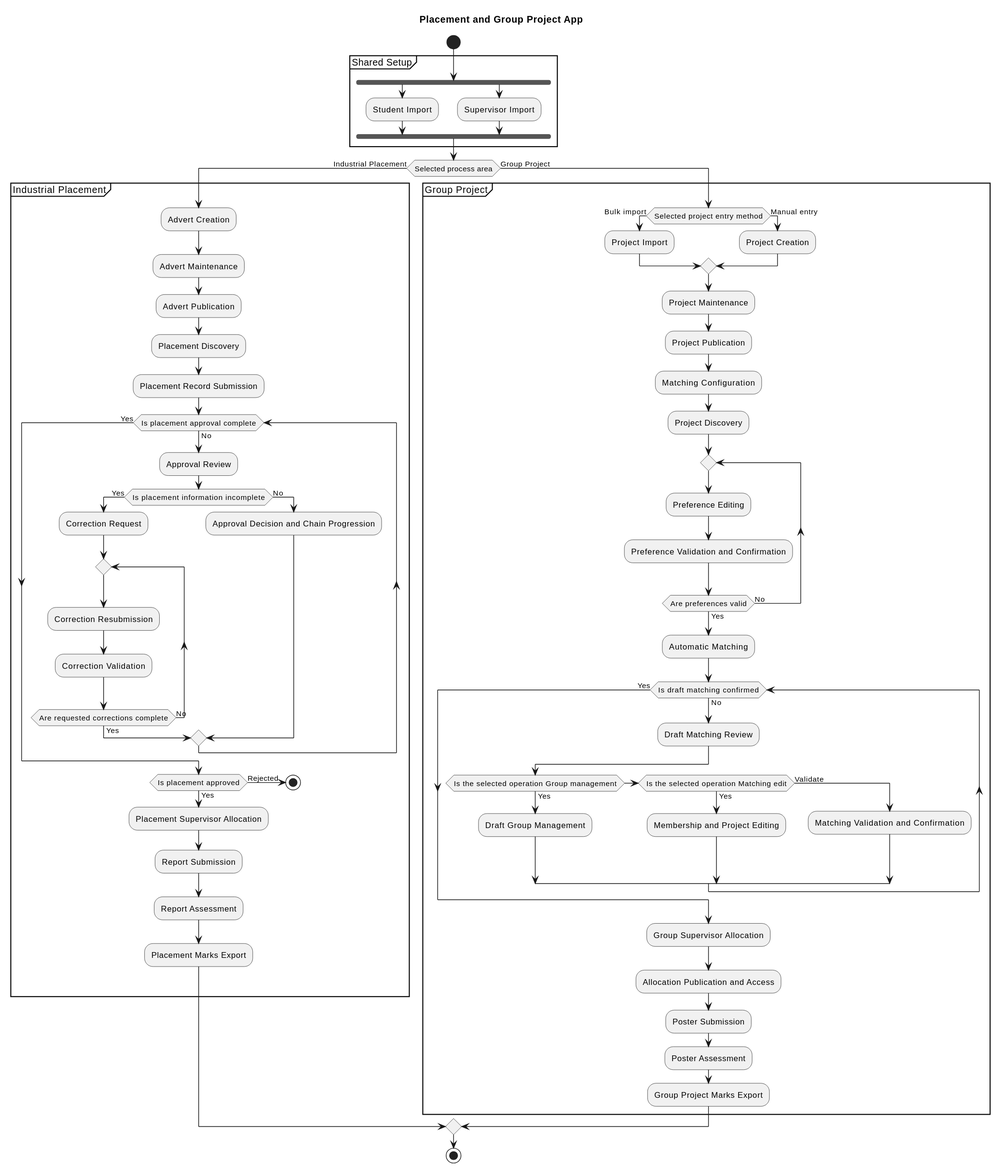
The PlantUML diagram industrial-placement-group-project/diagrams/overview.svg in sdflkjssl/sdflkjssl.github.io, before a commit.
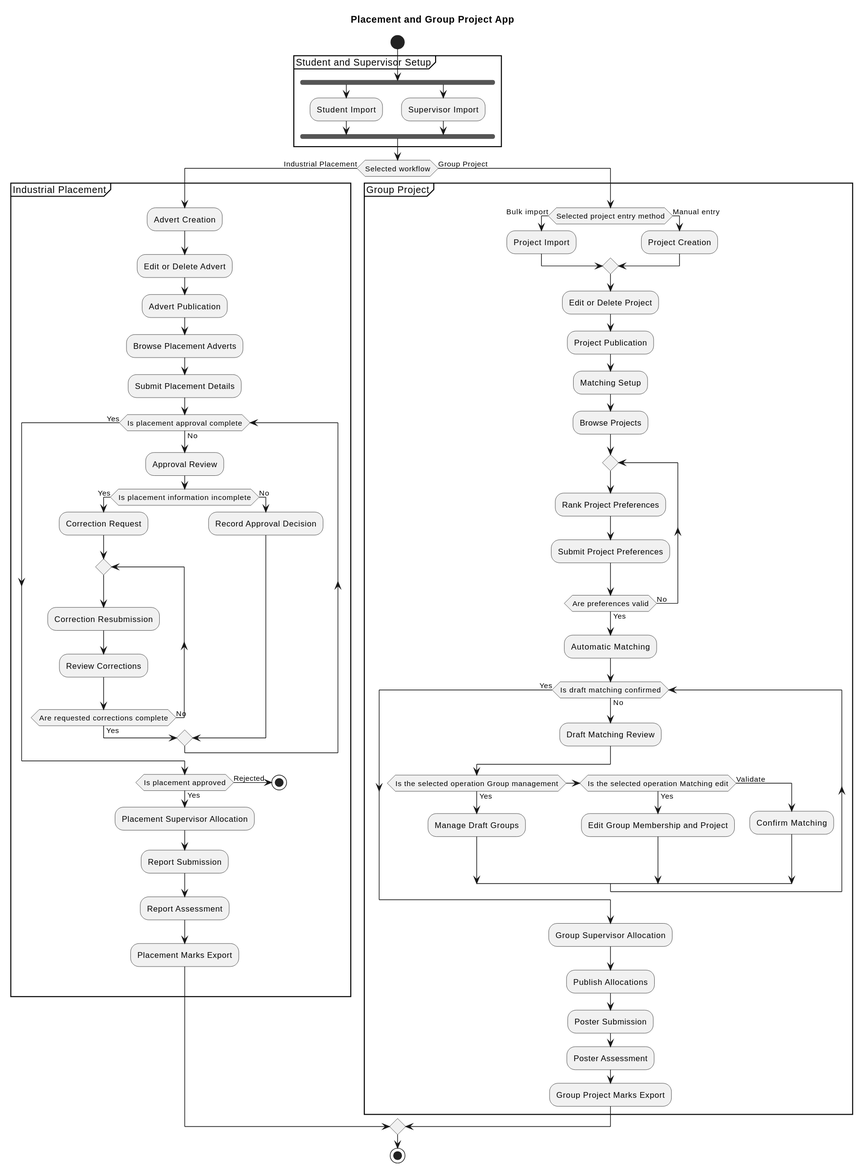
After the commit.

What changed in the source:
```diff
@@ -5,20 +5,20 @@
 skinparam shadowing false
 
 start
-partition "Shared Setup" {
+partition "Student and Supervisor Setup" {
   fork
     :Student Import;
   fork again
     :Supervisor Import;
   end fork
 }
-if (Selected process area) then (Industrial Placement)
+if (Selected workflow) then (Industrial Placement)
   partition "Industrial Placement" {
     :Advert Creation;
-    :Advert Maintenance;
+    :Edit or Delete Advert;
     :Advert Publication;
-    :Placement Discovery;
-    :Placement Record Submission;
+    :Browse Placement Adverts;
+    :Submit Placement Details;
 
     while (Is placement approval complete) is (No)
       :Approval Review;
@@ -26,10 +26,10 @@
         :Correction Request;
         repeat
           :Correction Resubmission;
-          :Correction Validation;
+          :Review Corrections;
         repeat while (Are requested corrections complete) is (No) not (Yes)
       else (No)
-        :Approval Decision and Chain Progression;
+        :Record Approval Decision;
       endif
     endwhile (Yes)
 
@@ -49,14 +49,14 @@
     else (Manual entry)
       :Project Creation;
     endif
-    :Project Maintenance;
+    :Edit or Delete Project;
     :Project Publication;
-    :Matching Configuration;
-    :Project Discovery;
+    :Matching Setup;
+    :Browse Projects;
 
     repeat
-      :Preference Editing;
-      :Preference Validation and Confirmation;
+      :Rank Project Preferences;
+      :Submit Project Preferences;
     repeat while (Are preferences valid) is (No) not (Yes)
 
     :Automatic Matching;
@@ -64,16 +64,16 @@
     while (Is draft matching confirmed) is (No)
       :Draft Matching Review;
       if (Is the selected operation Group management) then (Yes)
-        :Draft Group Management;
+        :Manage Draft Groups;
       elseif (Is the selected operation Matching edit) then (Yes)
-        :Membership and Project Editing;
+        :Edit Group Membership and Project;
       else (Validate)
-        :Matching Validation and Confirmation;
+        :Confirm Matching;
       endif
     endwhile (Yes)
 
     :Group Supervisor Allocation;
-    :Allocation Publication and Access;
+    :Publish Allocations;
     :Poster Submission;
     :Poster Assessment;
     :Group Project Marks Export;
```
